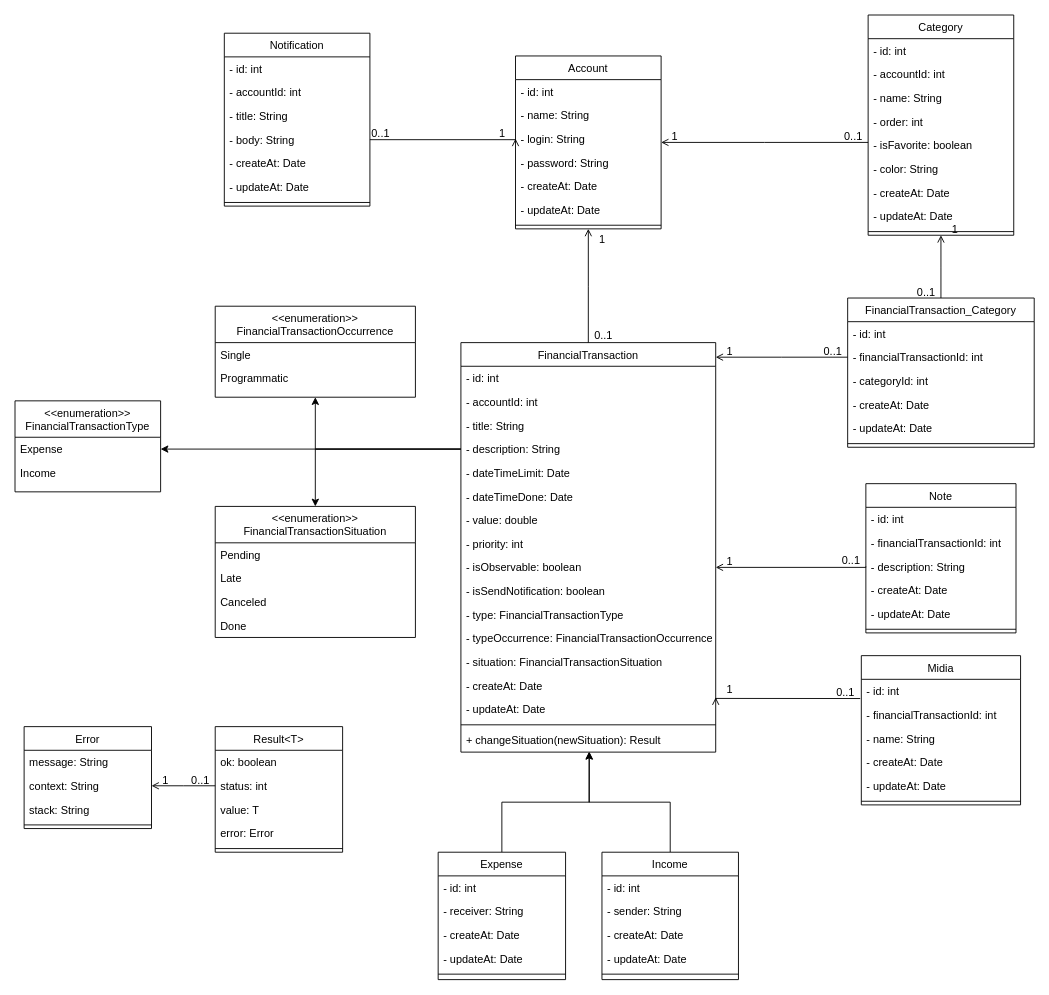
This is docs/class.diagram.drawio from Danrley-Ruan-Saquetti/esliph-finance, a draw.io file, before an edit. Source tidied: cells renumbered, new cells numbered last; positions are measured from the earlier drawing's top-left corner, leaving out a move shared by most shapes. Both pictures are drawn from the tidied source at 91%, with x=0, y=0 at pixel (15, 15).
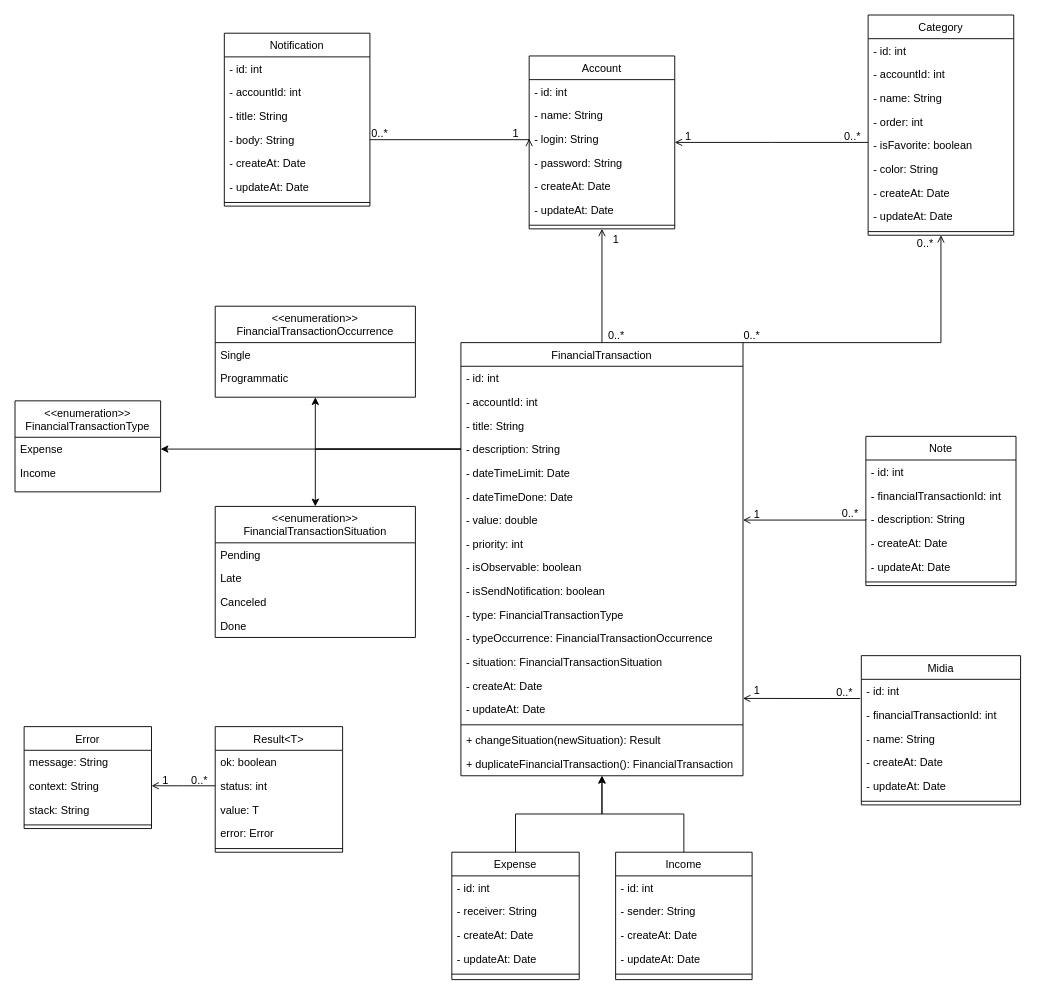
The same diagram, later.

The change refers to these unchanged cells:
```xml
<mxCell id="10" value="Category" style="swimlane;fontStyle=0;align=center;verticalAlign=top;horizontal=1;startSize=26;rounded=0;shadow=0;strokeWidth=1;" parent="1" vertex="1">
  <mxGeometry x="937.5" width="160" height="242" as="geometry" />
</mxCell>
<mxCell id="20" style="endArrow=open;shadow=0;strokeWidth=1;rounded=0;endFill=1;edgeStyle=elbowEdgeStyle;elbow=vertical;" parent="1" edge="1" source="10" target="2">
  <mxGeometry x="0.5" y="41" relative="1" as="geometry">
    <mxPoint x="-40" y="32" as="offset" />
  </mxGeometry>
</mxCell>
<mxCell id="69" style="endArrow=open;shadow=0;strokeWidth=1;rounded=0;endFill=1;edgeStyle=elbowEdgeStyle;elbow=vertical;entryX=0.5;entryY=1;entryDx=0;entryDy=0;exitX=0.5;exitY=0;exitDx=0;exitDy=0;" parent="1" edge="1" source="26" target="2">
  <mxGeometry x="0.5" y="41" relative="1" as="geometry">
    <mxPoint x="-40" y="32" as="offset" />
  </mxGeometry>
</mxCell>
<mxCell id="88" value="- description: String" style="text;align=left;verticalAlign=top;spacingLeft=4;spacingRight=4;overflow=hidden;points=[[0,0.5],[1,0.5]];portConstraint=eastwest;" parent="85" vertex="1">
  <mxGeometry y="78" width="165" height="26" as="geometry" />
</mxCell>
<mxCell id="104" value="- id: int" style="text;align=left;verticalAlign=top;spacingLeft=4;spacingRight=4;overflow=hidden;points=[[0,0.5],[1,0.5]];portConstraint=eastwest;" parent="103" vertex="1">
  <mxGeometry y="26" width="175" height="26" as="geometry" />
</mxCell>
<mxCell id="113" style="endArrow=open;shadow=0;strokeWidth=1;rounded=0;endFill=1;edgeStyle=elbowEdgeStyle;elbow=vertical;entryX=0;entryY=0.5;entryDx=0;entryDy=0;exitX=1;exitY=0.5;exitDx=0;exitDy=0;" parent="1" edge="1" source="99" target="5">
  <mxGeometry x="0.5" y="41" relative="1" as="geometry">
    <mxPoint x="-40" y="32" as="offset" />
  </mxGeometry>
</mxCell>
<mxCell id="127" style="endArrow=open;shadow=0;strokeWidth=1;rounded=0;endFill=1;edgeStyle=elbowEdgeStyle;elbow=vertical;entryX=1;entryY=0.5;entryDx=0;entryDy=0;exitX=0;exitY=0.5;exitDx=0;exitDy=0;" parent="1" edge="1" source="118" target="124">
  <mxGeometry x="0.5" y="41" relative="1" as="geometry">
    <mxPoint x="-40" y="32" as="offset" />
  </mxGeometry>
</mxCell>
```

What changed in the source:
```diff
@@
     <mxCell id="2" value="Account" style="swimlane;fontStyle=0;align=center;verticalAlign=top;horizontal=1;startSize=26;rounded=0;shadow=0;strokeWidth=1;" parent="1" vertex="1">
-      <mxGeometry x="550" y="45" width="160" height="190" as="geometry" />
+      <mxGeometry x="565" y="45" width="160" height="190" as="geometry" />
     </mxCell>
@@
-    <mxCell id="21" value="0..1" style="align=left;verticalAlign=bottom;labelBackgroundColor=none;fontSize=12;" parent="20" vertex="1">
+    <mxCell id="21" value="0..*" style="align=left;verticalAlign=bottom;labelBackgroundColor=none;fontSize=12;" parent="20" vertex="1">
       <mxGeometry x="-1" relative="1" as="geometry">
         <mxPoint x="-28" y="2" as="offset" />
       </mxGeometry>
     </mxCell>
@@
     <mxCell id="26" value="FinancialTransaction" style="swimlane;fontStyle=0;align=center;verticalAlign=top;horizontal=1;startSize=26;rounded=0;shadow=0;strokeWidth=1;" parent="1" vertex="1">
-      <mxGeometry x="490" y="360" width="280" height="450" as="geometry" />
+      <mxGeometry x="490" y="360" width="310" height="476" as="geometry" />
     </mxCell>
     <mxCell id="27" value="- id: int" style="text;align=left;verticalAlign=top;spacingLeft=4;spacingRight=4;overflow=hidden;" parent="26" vertex="1">
-      <mxGeometry y="26" width="280" height="26" as="geometry" />
+      <mxGeometry y="26" width="310" height="26" as="geometry" />
     </mxCell>
     <mxCell id="28" value="- accountId: int" style="text;align=left;verticalAlign=top;spacingLeft=4;spacingRight=4;overflow=hidden;" parent="26" vertex="1">
-      <mxGeometry y="52" width="280" height="26" as="geometry" />
+      <mxGeometry y="52" width="310" height="26" as="geometry" />
     </mxCell>
     <mxCell id="29" value="- title: String" style="text;align=left;verticalAlign=top;spacingLeft=4;spacingRight=4;overflow=hidden;" parent="26" vertex="1">
-      <mxGeometry y="78" width="280" height="26" as="geometry" />
+      <mxGeometry y="78" width="310" height="26" as="geometry" />
     </mxCell>
     <mxCell id="30" value="- description: String" style="text;align=left;verticalAlign=top;spacingLeft=4;spacingRight=4;overflow=hidden;points=[[0,0.5],[1,0.5]];portConstraint=eastwest;" parent="26" vertex="1">
-      <mxGeometry y="104" width="280" height="26" as="geometry" />
+      <mxGeometry y="104" width="310" height="26" as="geometry" />
     </mxCell>
     <mxCell id="31" value="- dateTimeLimit: Date" style="text;align=left;verticalAlign=top;spacingLeft=4;spacingRight=4;overflow=hidden;" parent="26" vertex="1">
-      <mxGeometry y="130" width="280" height="26" as="geometry" />
+      <mxGeometry y="130" width="310" height="26" as="geometry" />
     </mxCell>
     <mxCell id="32" value="- dateTimeDone: Date" style="text;align=left;verticalAlign=top;spacingLeft=4;spacingRight=4;overflow=hidden;" parent="26" vertex="1">
-      <mxGeometry y="156" width="280" height="26" as="geometry" />
+      <mxGeometry y="156" width="310" height="26" as="geometry" />
     </mxCell>
     <mxCell id="33" value="- value: double" style="text;align=left;verticalAlign=top;spacingLeft=4;spacingRight=4;overflow=hidden;points=[[0,0.5],[1,0.5]];portConstraint=eastwest;" parent="26" vertex="1">
-      <mxGeometry y="182" width="280" height="26" as="geometry" />
+      <mxGeometry y="182" width="310" height="26" as="geometry" />
     </mxCell>
     <mxCell id="34" value="- priority: int" style="text;align=left;verticalAlign=top;spacingLeft=4;spacingRight=4;overflow=hidden;" parent="26" vertex="1">
-      <mxGeometry y="208" width="280" height="26" as="geometry" />
+      <mxGeometry y="208" width="310" height="26" as="geometry" />
     </mxCell>
     <mxCell id="35" value="- isObservable: boolean" style="text;align=left;verticalAlign=top;spacingLeft=4;spacingRight=4;overflow=hidden;points=[[0,0.5],[1,0.5]];portConstraint=eastwest;" parent="26" vertex="1">
-      <mxGeometry y="234" width="280" height="26" as="geometry" />
+      <mxGeometry y="234" width="310" height="26" as="geometry" />
     </mxCell>
     <mxCell id="36" value="- isSendNotification: boolean" style="text;align=left;verticalAlign=top;spacingLeft=4;spacingRight=4;overflow=hidden;" parent="26" vertex="1">
-      <mxGeometry y="260" width="280" height="26" as="geometry" />
+      <mxGeometry y="260" width="310" height="26" as="geometry" />
     </mxCell>
     <mxCell id="37" value="- type: FinancialTransactionType" style="text;align=left;verticalAlign=top;spacingLeft=4;spacingRight=4;overflow=hidden;" parent="26" vertex="1">
-      <mxGeometry y="286" width="280" height="26" as="geometry" />
+      <mxGeometry y="286" width="310" height="26" as="geometry" />
     </mxCell>
     <mxCell id="38" value="- typeOccurrence: FinancialTransactionOccurrence" style="text;align=left;verticalAlign=top;spacingLeft=4;spacingRight=4;overflow=hidden;" parent="26" vertex="1">
-      <mxGeometry y="312" width="280" height="26" as="geometry" />
+      <mxGeometry y="312" width="310" height="26" as="geometry" />
     </mxCell>
     <mxCell id="39" value="- situation: FinancialTransactionSituation" style="text;align=left;verticalAlign=top;spacingLeft=4;spacingRight=4;overflow=hidden;" parent="26" vertex="1">
-      <mxGeometry y="338" width="280" height="26" as="geometry" />
+      <mxGeometry y="338" width="310" height="26" as="geometry" />
     </mxCell>
     <mxCell id="40" value="- createAt: Date" style="text;align=left;verticalAlign=top;spacingLeft=4;spacingRight=4;overflow=hidden;rounded=0;shadow=0;html=0;" parent="26" vertex="1">
-      <mxGeometry y="364" width="280" height="26" as="geometry" />
+      <mxGeometry y="364" width="310" height="26" as="geometry" />
     </mxCell>
     <mxCell id="41" value="- updateAt: Date" style="text;align=left;verticalAlign=top;spacingLeft=4;spacingRight=4;overflow=hidden;rounded=0;shadow=0;html=0;" parent="26" vertex="1">
-      <mxGeometry y="390" width="280" height="26" as="geometry" />
+      <mxGeometry y="390" width="310" height="26" as="geometry" />
     </mxCell>
     <mxCell id="42" style="line;html=1;strokeWidth=1;align=left;verticalAlign=middle;spacingTop=-1;spacingLeft=3;spacingRight=3;labelPosition=right;" parent="26" vertex="1">
-      <mxGeometry y="416" width="280" height="8" as="geometry" />
+      <mxGeometry y="416" width="310" height="8" as="geometry" />
     </mxCell>
     <mxCell id="43" value="+ changeSituation(newSituation): Result" style="text;align=left;verticalAlign=top;spacingLeft=4;spacingRight=4;overflow=hidden;points=[[0,0.5],[1,0.5]];portConstraint=eastwest;rounded=0;shadow=0;html=0;" parent="26" vertex="1">
-      <mxGeometry y="424" width="280" height="26" as="geometry" />
+      <mxGeometry y="424" width="310" height="26" as="geometry" />
     </mxCell>
+    <mxCell id="130" value="+ duplicateFinancialTransaction(): FinancialTransaction" style="text;align=left;verticalAlign=top;spacingLeft=4;spacingRight=4;overflow=hidden;rounded=0;shadow=0;html=0;" parent="26" vertex="1">
+      <mxGeometry y="450" width="310" height="26" as="geometry" />
+    </mxCell>
@@
-    <mxCell id="55" style="edgeStyle=orthogonalEdgeStyle;rounded=0;jettySize=auto;html=1;entryX=0.504;entryY=0.986;entryDx=0;entryDy=0;entryPerimeter=0;" parent="1" edge="1" source="56" target="43">
+    <mxCell id="55" style="edgeStyle=orthogonalEdgeStyle;rounded=0;jettySize=auto;html=1;entryX=0.5;entryY=1;entryDx=0;entryDy=0;" parent="1" edge="1" source="56" target="26">
       <mxGeometry relative="1" as="geometry" />
     </mxCell>
     <mxCell id="56" value="Expense" style="swimlane;fontStyle=0;align=center;verticalAlign=top;horizontal=1;startSize=26;rounded=0;shadow=0;strokeWidth=1;" parent="1" vertex="1">
-      <mxGeometry x="465" y="920" width="140" height="140" as="geometry" />
+      <mxGeometry x="480" y="920" width="140" height="140" as="geometry" />
     </mxCell>
@@
-    <mxCell id="62" style="edgeStyle=orthogonalEdgeStyle;rounded=0;jettySize=auto;html=1;entryX=0.503;entryY=0.987;entryDx=0;entryDy=0;entryPerimeter=0;" parent="1" edge="1" source="63" target="43">
+    <mxCell id="62" style="edgeStyle=orthogonalEdgeStyle;rounded=0;jettySize=auto;html=1;entryX=0.5;entryY=1;entryDx=0;entryDy=0;" parent="1" edge="1" source="63" target="26">
       <mxGeometry relative="1" as="geometry" />
     </mxCell>
     <mxCell id="63" value="Income" style="swimlane;fontStyle=0;align=center;verticalAlign=top;horizontal=1;startSize=26;rounded=0;shadow=0;strokeWidth=1;" parent="1" vertex="1">
-      <mxGeometry x="645" y="920" width="150" height="140" as="geometry" />
+      <mxGeometry x="660" y="920" width="150" height="140" as="geometry" />
     </mxCell>
@@
-    <mxCell id="70" value="0..1" style="align=left;verticalAlign=bottom;labelBackgroundColor=none;fontSize=12;" parent="69" vertex="1">
+    <mxCell id="70" value="0..*" style="align=left;verticalAlign=bottom;labelBackgroundColor=none;fontSize=12;" parent="69" vertex="1">
       <mxGeometry x="-1" relative="1" as="geometry">
         <mxPoint x="5" as="offset" />
       </mxGeometry>
     </mxCell>
@@
-    <mxCell id="72" value="FinancialTransaction_Category" style="swimlane;fontStyle=0;align=center;verticalAlign=top;horizontal=1;startSize=26;rounded=0;shadow=0;strokeWidth=1;" parent="1" vertex="1">
-      <mxGeometry x="915" y="311" width="205" height="164" as="geometry" />
-    </mxCell>
-    <mxCell id="73" value="- id: int" style="text;align=left;verticalAlign=top;spacingLeft=4;spacingRight=4;overflow=hidden;" parent="72" vertex="1">
-      <mxGeometry y="26" width="205" height="26" as="geometry" />
-    </mxCell>
-    <mxCell id="74" value="- financialTransactionId: int" style="text;align=left;verticalAlign=top;spacingLeft=4;spacingRight=4;overflow=hidden;points=[[0,0.5],[1,0.5]];portConstraint=eastwest;" parent="72" vertex="1">
-      <mxGeometry y="52" width="205" height="26" as="geometry" />
-    </mxCell>
-    <mxCell id="75" value="- categoryId: int" style="text;align=left;verticalAlign=top;spacingLeft=4;spacingRight=4;overflow=hidden;" parent="72" vertex="1">
-      <mxGeometry y="78" width="205" height="26" as="geometry" />
-    </mxCell>
-    <mxCell id="76" value="- createAt: Date" style="text;align=left;verticalAlign=top;spacingLeft=4;spacingRight=4;overflow=hidden;rounded=0;shadow=0;html=0;" parent="72" vertex="1">
-      <mxGeometry y="104" width="205" height="26" as="geometry" />
-    </mxCell>
-    <mxCell id="77" value="- updateAt: Date" style="text;align=left;verticalAlign=top;spacingLeft=4;spacingRight=4;overflow=hidden;rounded=0;shadow=0;html=0;" parent="72" vertex="1">
-      <mxGeometry y="130" width="205" height="26" as="geometry" />
-    </mxCell>
-    <mxCell id="78" style="line;html=1;strokeWidth=1;align=left;verticalAlign=middle;spacingTop=-1;spacingLeft=3;spacingRight=3;labelPosition=right;" parent="72" vertex="1">
-      <mxGeometry y="156" width="205" height="8" as="geometry" />
-    </mxCell>
-    <mxCell id="79" style="endArrow=open;shadow=0;strokeWidth=1;rounded=0;endFill=1;edgeStyle=elbowEdgeStyle;elbow=vertical;exitX=0.5;exitY=0;exitDx=0;exitDy=0;entryX=0.5;entryY=1;entryDx=0;entryDy=0;" parent="1" edge="1" source="72" target="10">
+    <mxCell id="79" style="endArrow=open;shadow=0;strokeWidth=1;rounded=0;endFill=1;edgeStyle=elbowEdgeStyle;elbow=vertical;exitX=1;exitY=0;exitDx=0;exitDy=0;entryX=0.5;entryY=1;entryDx=0;entryDy=0;" parent="1" edge="1" source="26" target="10">
       <mxGeometry x="0.5" y="41" relative="1" as="geometry">
+        <Array as="points">
+          <mxPoint x="900" y="360" />
+        </Array>
         <mxPoint x="-40" y="32" as="offset" />
       </mxGeometry>
     </mxCell>
-    <mxCell id="80" value="0..1" style="align=left;verticalAlign=bottom;labelBackgroundColor=none;fontSize=12;" parent="79" vertex="1">
-      <mxGeometry x="-1" relative="1" as="geometry">
-        <mxPoint x="-28" y="2" as="offset" />
-      </mxGeometry>
-    </mxCell>
-    <mxCell id="81" value="1" style="align=right;verticalAlign=bottom;labelBackgroundColor=none;fontSize=12;" parent="79" vertex="1">
+    <mxCell id="81" value="0..*" style="align=right;verticalAlign=bottom;labelBackgroundColor=none;fontSize=12;" parent="79" vertex="1">
       <mxGeometry x="1" relative="1" as="geometry">
-        <mxPoint x="20" y="2" as="offset" />
+        <mxPoint x="-7" y="18" as="offset" />
       </mxGeometry>
     </mxCell>
-    <mxCell id="82" style="endArrow=open;shadow=0;strokeWidth=1;rounded=0;endFill=1;edgeStyle=elbowEdgeStyle;elbow=vertical;exitX=0;exitY=0.5;exitDx=0;exitDy=0;" parent="1" edge="1" source="74" target="26">
-      <mxGeometry x="0.5" y="41" relative="1" as="geometry">
-        <mxPoint x="-40" y="32" as="offset" />
-      </mxGeometry>
-    </mxCell>
-    <mxCell id="83" value="0..1" style="align=left;verticalAlign=bottom;labelBackgroundColor=none;fontSize=12;" parent="82" vertex="1">
-      <mxGeometry x="-1" relative="1" as="geometry">
-        <mxPoint x="-28" y="2" as="offset" />
-      </mxGeometry>
-    </mxCell>
-    <mxCell id="84" value="1" style="align=right;verticalAlign=bottom;labelBackgroundColor=none;fontSize=12;" parent="82" vertex="1">
-      <mxGeometry x="1" relative="1" as="geometry">
-        <mxPoint x="20" y="2" as="offset" />
-      </mxGeometry>
-    </mxCell>
     <mxCell id="85" value="Note" style="swimlane;fontStyle=0;align=center;verticalAlign=top;horizontal=1;startSize=26;rounded=0;shadow=0;strokeWidth=1;" parent="1" vertex="1">
-      <mxGeometry x="935" y="515" width="165" height="164" as="geometry" />
+      <mxGeometry x="935" y="463" width="165" height="164" as="geometry" />
     </mxCell>
@@
-    <mxCell id="92" style="endArrow=open;shadow=0;strokeWidth=1;rounded=0;endFill=1;edgeStyle=elbowEdgeStyle;elbow=vertical;exitX=0;exitY=0.5;exitDx=0;exitDy=0;entryX=1;entryY=0.5;entryDx=0;entryDy=0;" parent="1" edge="1" source="88" target="35">
+    <mxCell id="92" style="endArrow=open;shadow=0;strokeWidth=1;rounded=0;endFill=1;edgeStyle=elbowEdgeStyle;elbow=vertical;exitX=0;exitY=0.5;exitDx=0;exitDy=0;entryX=1;entryY=0.5;entryDx=0;entryDy=0;" parent="1" edge="1" source="88" target="33">
       <mxGeometry x="0.5" y="41" relative="1" as="geometry">
         <mxPoint x="-40" y="32" as="offset" />
       </mxGeometry>
     </mxCell>
-    <mxCell id="93" value="0..1" style="align=left;verticalAlign=bottom;labelBackgroundColor=none;fontSize=12;" parent="92" vertex="1">
+    <mxCell id="93" value="0..*" style="align=left;verticalAlign=bottom;labelBackgroundColor=none;fontSize=12;" parent="92" vertex="1">
       <mxGeometry x="-1" relative="1" as="geometry">
         <mxPoint x="-28" y="2" as="offset" />
       </mxGeometry>
     </mxCell>
@@
     <mxCell id="110" style="endArrow=open;shadow=0;strokeWidth=1;rounded=0;endFill=1;edgeStyle=elbowEdgeStyle;elbow=vertical;exitX=-0.007;exitY=0.812;exitDx=0;exitDy=0;exitPerimeter=0;" parent="1" edge="1" source="104">
       <mxGeometry x="0.5" y="41" relative="1" as="geometry">
-        <mxPoint x="770" y="750" as="targetPoint" />
+        <mxPoint x="800" y="751" as="targetPoint" />
         <mxPoint x="-40" y="32" as="offset" />
       </mxGeometry>
     </mxCell>
-    <mxCell id="111" value="0..1" style="align=left;verticalAlign=bottom;labelBackgroundColor=none;fontSize=12;" parent="110" vertex="1">
+    <mxCell id="111" value="0..*" style="align=left;verticalAlign=bottom;labelBackgroundColor=none;fontSize=12;" parent="110" vertex="1">
       <mxGeometry x="-1" relative="1" as="geometry">
         <mxPoint x="-28" y="2" as="offset" />
       </mxGeometry>
     </mxCell>
@@
-    <mxCell id="114" value="0..1" style="align=left;verticalAlign=bottom;labelBackgroundColor=none;fontSize=12;" parent="113" vertex="1">
+    <mxCell id="114" value="0..*" style="align=left;verticalAlign=bottom;labelBackgroundColor=none;fontSize=12;" parent="113" vertex="1">
       <mxGeometry x="-1" relative="1" as="geometry">
         <mxPoint y="2" as="offset" />
       </mxGeometry>
     </mxCell>
@@
-    <mxCell id="128" value="0..1" style="align=left;verticalAlign=bottom;labelBackgroundColor=none;fontSize=12;" parent="127" vertex="1">
+    <mxCell id="128" value="0..*" style="align=left;verticalAlign=bottom;labelBackgroundColor=none;fontSize=12;" parent="127" vertex="1">
       <mxGeometry x="-1" relative="1" as="geometry">
         <mxPoint x="-28" y="2" as="offset" />
       </mxGeometry>
     </mxCell>
@@
+    <mxCell id="131" value="0..*" style="align=right;verticalAlign=bottom;labelBackgroundColor=none;fontSize=12;" parent="1" vertex="1">
+      <mxGeometry x="820" y="360" as="geometry" />
+    </mxCell>
```
